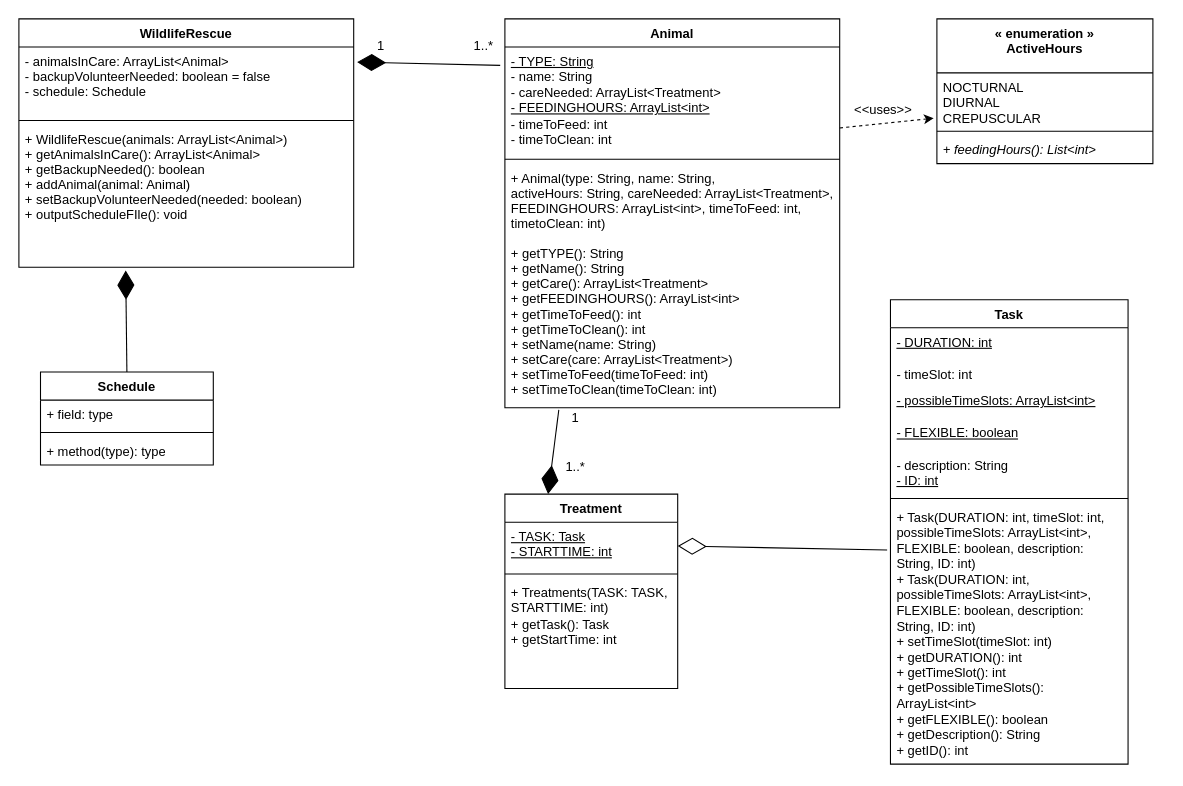
Above: 64.drawio in aryan-karadia/Mock-Schedule-Builder (draw.io), before the change. Source tidied: cells renumbered, new cells numbered last; positions are measured from the earlier drawing's top-left corner, leaving out a move shared by most shapes. Both pictures are drawn from the tidied source at 108%, with x=0, y=0 at pixel (18, 18).
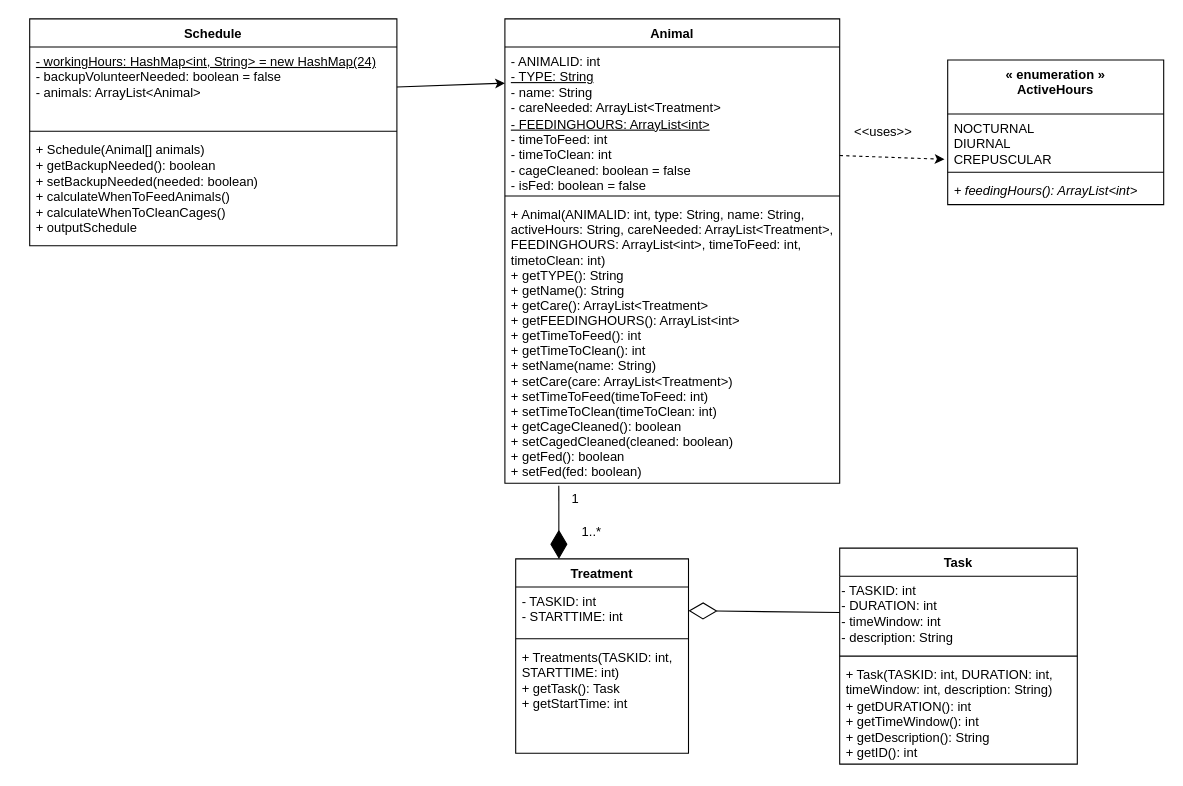
After the change.

Commit message:
Schedule created and WIldLIfeRescue deleted

What changed in the source:
```diff
@@
-    <mxCell id="2" value="WildlifeRescue" style="swimlane;fontStyle=1;align=center;verticalAlign=top;horizontal=1;startSize=26;" parent="1" vertex="1">
-      <mxGeometry width="310" height="230" as="geometry" />
-    </mxCell>
-    <mxCell id="3" value="- animalsInCare: ArrayList&lt;Animal&gt;&#10;- backupVolunteerNeeded: boolean = false&#10;- schedule: Schedule" style="text;strokeColor=none;fillColor=none;align=left;verticalAlign=top;spacingLeft=4;spacingRight=4;overflow=hidden;points=[[0,0.5],[1,0.5]];portConstraint=eastwest;" parent="2" vertex="1">
-      <mxGeometry y="26" width="310" height="64" as="geometry" />
-    </mxCell>
-    <mxCell id="4" style="line;strokeWidth=1;fillColor=none;align=left;verticalAlign=middle;spacingTop=-1;spacingLeft=3;spacingRight=3;labelPosition=right;strokeColor=inherit;" parent="2" vertex="1">
-      <mxGeometry y="90" width="310" height="8" as="geometry" />
-    </mxCell>
-    <mxCell id="5" value="+ WildlifeRescue(animals: ArrayList&lt;Animal&gt;)&#10;+ getAnimalsInCare(): ArrayList&lt;Animal&gt;&#10;+ getBackupNeeded(): boolean&#10;+ addAnimal(animal: Animal)&#10;+ setBackupVolunteerNeeded(needed: boolean)&#10;+ outputScheduleFIle(): void" style="text;strokeColor=none;fillColor=none;align=left;verticalAlign=top;spacingLeft=4;spacingRight=4;overflow=hidden;points=[[0,0.5],[1,0.5]];portConstraint=eastwest;" parent="2" vertex="1">
-      <mxGeometry y="98" width="310" height="132" as="geometry" />
-    </mxCell>
     <mxCell id="6" value="Animal" style="swimlane;fontStyle=1;align=center;verticalAlign=top;horizontal=1;startSize=26;" parent="1" vertex="1">
-      <mxGeometry x="450" width="310" height="360" as="geometry" />
+      <mxGeometry x="450" width="310" height="430" as="geometry" />
     </mxCell>
-    <mxCell id="7" value="&lt;span style=&quot;font-family: Helvetica; font-size: 12px; font-style: normal; font-variant-ligatures: normal; font-variant-caps: normal; font-weight: 400; letter-spacing: normal; orphans: 2; text-align: left; text-indent: 0px; text-transform: none; widows: 2; word-spacing: 0px; -webkit-text-stroke-width: 0px; text-decoration-thickness: initial; text-decoration-style: initial; text-decoration-color: initial; float: none; display: inline !important;&quot;&gt;&lt;u&gt;- TYPE: String&lt;br&gt;&lt;/u&gt;- name: String&lt;br&gt;- careNeeded: ArrayList&amp;lt;Treatment&amp;gt;&lt;br&gt;&lt;u&gt;- FEEDINGHOURS: ArrayList&amp;lt;int&amp;gt;&lt;/u&gt;&lt;br&gt;- timeToFeed: int&lt;br&gt;- timeToClean: int&amp;nbsp;&lt;/span&gt;" style="text;whiteSpace=wrap;html=1;labelBackgroundColor=none;fontColor=default;spacingLeft=4;spacingRight=4;fontStyle=0;" parent="6" vertex="1">
-      <mxGeometry y="26" width="310" height="100" as="geometry" />
+    <mxCell id="7" value="&lt;span style=&quot;font-family: Helvetica; font-size: 12px; font-style: normal; font-variant-ligatures: normal; font-variant-caps: normal; font-weight: 400; letter-spacing: normal; orphans: 2; text-align: left; text-indent: 0px; text-transform: none; widows: 2; word-spacing: 0px; -webkit-text-stroke-width: 0px; text-decoration-thickness: initial; text-decoration-style: initial; text-decoration-color: initial; float: none; display: inline !important;&quot;&gt;- ANIMALID: int&lt;br&gt;&lt;u&gt;- TYPE: String&lt;/u&gt;&lt;br&gt;- name: String&lt;br&gt;- careNeeded: ArrayList&amp;lt;Treatment&amp;gt;&lt;br&gt;&lt;u&gt;- FEEDINGHOURS: ArrayList&amp;lt;int&amp;gt;&lt;/u&gt;&lt;br&gt;- timeToFeed: int&lt;br&gt;- timeToClean: int&lt;br&gt;- cageCleaned: boolean = false&lt;br&gt;- isFed: boolean = false&lt;br&gt;&lt;/span&gt;" style="text;whiteSpace=wrap;html=1;labelBackgroundColor=none;fontColor=default;spacingLeft=4;spacingRight=4;fontStyle=0;" parent="6" vertex="1">
+      <mxGeometry y="26" width="310" height="134" as="geometry" />
     </mxCell>
     <mxCell id="8" style="line;strokeWidth=1;fillColor=none;align=left;verticalAlign=middle;spacingTop=-1;spacingLeft=3;spacingRight=3;labelPosition=right;strokeColor=inherit;" parent="6" vertex="1">
-      <mxGeometry y="126" width="310" height="8" as="geometry" />
+      <mxGeometry y="160" width="310" height="8" as="geometry" />
     </mxCell>
-    <mxCell id="9" value="+ Animal(type: String, name: String, &#10;activeHours: String, careNeeded: ArrayList&lt;Treatment&gt;, &#10;FEEDINGHOURS: ArrayList&lt;int&gt;, timeToFeed: int, &#10;timetoClean: int)&#10;&#10;+ getTYPE(): String&#10;+ getName(): String&#10;+ getCare(): ArrayList&lt;Treatment&gt;&#10;+ getFEEDINGHOURS(): ArrayList&lt;int&gt;&#10;+ getTimeToFeed(): int&#10;+ getTimeToClean(): int&#10;+ setName(name: String)&#10;+ setCare(care: ArrayList&lt;Treatment&gt;)&#10;+ setTimeToFeed(timeToFeed: int)&#10;+ setTimeToClean(timeToClean: int)&#10;&#10;" style="text;strokeColor=none;fillColor=none;align=left;verticalAlign=top;spacingLeft=4;spacingRight=4;overflow=hidden;points=[[0,0.5],[1,0.5]];portConstraint=eastwest;" parent="6" vertex="1">
-      <mxGeometry y="134" width="310" height="226" as="geometry" />
+    <mxCell id="9" value="+ Animal(ANIMALID: int, type: String, name: String, &#10;activeHours: String, careNeeded: ArrayList&lt;Treatment&gt;, &#10;FEEDINGHOURS: ArrayList&lt;int&gt;, timeToFeed: int, &#10;timetoClean: int)&#10;+ getTYPE(): String&#10;+ getName(): String&#10;+ getCare(): ArrayList&lt;Treatment&gt;&#10;+ getFEEDINGHOURS(): ArrayList&lt;int&gt;&#10;+ getTimeToFeed(): int&#10;+ getTimeToClean(): int&#10;+ setName(name: String)&#10;+ setCare(care: ArrayList&lt;Treatment&gt;)&#10;+ setTimeToFeed(timeToFeed: int)&#10;+ setTimeToClean(timeToClean: int)&#10;+ getCageCleaned(): boolean&#10;+ setCagedCleaned(cleaned: boolean)&#10;+ getFed(): boolean&#10;+ setFed(fed: boolean)&#10;&#10;" style="text;strokeColor=none;fillColor=none;align=left;verticalAlign=top;spacingLeft=4;spacingRight=4;overflow=hidden;points=[[0,0.5],[1,0.5]];portConstraint=eastwest;" parent="6" vertex="1">
+      <mxGeometry y="168" width="310" height="262" as="geometry" />
     </mxCell>
     <mxCell id="10" value="« enumeration »&lt;br style=&quot;border-color: var(--border-color); font-weight: 400;&quot;&gt;&lt;b style=&quot;border-color: var(--border-color);&quot;&gt;ActiveHours&lt;/b&gt;" style="swimlane;fontStyle=1;align=center;verticalAlign=top;horizontal=1;startSize=50;whiteSpace=wrap;html=1;" parent="1" vertex="1">
-      <mxGeometry x="850" width="200" height="134" as="geometry" />
+      <mxGeometry x="860" y="38" width="200" height="134" as="geometry" />
     </mxCell>
@@
-    <mxCell id="13" value="&lt;i&gt;+ feedingHours(): List&amp;lt;int&amp;gt;&lt;/i&gt;" style="text;strokeColor=none;fillColor=none;align=left;verticalAlign=top;spacingLeft=4;spacingRight=4;overflow=hidden;whiteSpace=wrap;html=1;" parent="10" vertex="1">
+    <mxCell id="13" value="&lt;i&gt;+ feedingHours(): ArrayList&amp;lt;int&amp;gt;&lt;/i&gt;" style="text;strokeColor=none;fillColor=none;align=left;verticalAlign=top;spacingLeft=4;spacingRight=4;overflow=hidden;whiteSpace=wrap;html=1;" parent="10" vertex="1">
       <mxGeometry y="108" width="200" height="26" as="geometry" />
     </mxCell>
-    <mxCell id="14" style="endArrow=diamondThin;endFill=1;endSize=24;html=1;rounded=0;entryX=1.01;entryY=0.219;entryDx=0;entryDy=0;entryPerimeter=0;exitX=-0.014;exitY=0.17;exitDx=0;exitDy=0;exitPerimeter=0;" parent="1" edge="1" source="7" target="3">
-      <mxGeometry relative="1" as="geometry" />
-    </mxCell>
     <mxCell id="15" value="Task" style="swimlane;fontStyle=1;align=center;verticalAlign=top;horizontal=1;startSize=26;whiteSpace=wrap;html=1;" parent="1" vertex="1">
-      <mxGeometry x="807" y="260" width="220" height="430" as="geometry" />
+      <mxGeometry x="760" y="490" width="220" height="200" as="geometry" />
     </mxCell>
-    <mxCell id="16" value="&lt;u&gt;- DURATION: int&lt;/u&gt;" style="text;html=1;strokeColor=none;fillColor=none;align=left;verticalAlign=top;whiteSpace=wrap;rounded=0;spacingLeft=4;spacingRight=4;" parent="15" vertex="1">
-      <mxGeometry y="26" width="220" height="30" as="geometry" />
-    </mxCell>
-    <mxCell id="17" value="- timeSlot: int" style="text;strokeColor=none;fillColor=none;align=left;verticalAlign=top;spacingLeft=4;spacingRight=4;overflow=hidden;whiteSpace=wrap;html=1;" parent="15" vertex="1">
-      <mxGeometry y="56" width="220" height="24" as="geometry" />
-    </mxCell>
-    <mxCell id="18" value="&lt;u&gt;- possibleTimeSlots: ArrayList&amp;lt;int&amp;gt;&lt;br&gt;&lt;br&gt;&lt;/u&gt;" style="text;html=1;strokeColor=none;fillColor=none;align=left;verticalAlign=top;whiteSpace=wrap;rounded=0;spacingLeft=4;spacingRight=4;" parent="15" vertex="1">
-      <mxGeometry y="80" width="220" height="30" as="geometry" />
-    </mxCell>
-    <mxCell id="19" value="&lt;u&gt;- FLEXIBLE: boolean&lt;/u&gt;" style="text;strokeColor=none;fillColor=none;align=left;verticalAlign=top;spacingLeft=4;spacingRight=4;overflow=hidden;whiteSpace=wrap;html=1;" parent="15" vertex="1">
-      <mxGeometry y="110" width="220" height="30" as="geometry" />
-    </mxCell>
-    <mxCell id="20" value="- description: String&lt;br&gt;&lt;u&gt;- ID: int&lt;/u&gt;" style="text;html=1;strokeColor=none;fillColor=none;align=left;verticalAlign=top;whiteSpace=wrap;rounded=0;spacingLeft=4;spacingRight=4;" parent="15" vertex="1">
-      <mxGeometry y="140" width="220" height="40" as="geometry" />
-    </mxCell>
+    <mxCell id="40" value="&lt;div style=&quot;&quot;&gt;&lt;span style=&quot;background-color: initial;&quot;&gt;- TASKID: int&lt;/span&gt;&lt;/div&gt;&lt;div style=&quot;&quot;&gt;&lt;span style=&quot;background-color: initial;&quot;&gt;- DURATION: int&lt;/span&gt;&lt;/div&gt;&lt;div style=&quot;&quot;&gt;&lt;span style=&quot;background-color: initial;&quot;&gt;- timeWindow: int&lt;/span&gt;&lt;/div&gt;&lt;div style=&quot;&quot;&gt;&lt;span style=&quot;background-color: initial;&quot;&gt;- description: String&lt;/span&gt;&lt;/div&gt;" style="text;html=1;align=left;verticalAlign=middle;points=[];strokeColor=none;fillColor=none;" parent="15" vertex="1">
+      <mxGeometry y="26" width="220" height="70" as="geometry" />
+    </mxCell>
     <mxCell id="21" style="line;strokeWidth=1;fillColor=none;align=left;verticalAlign=middle;spacingTop=-1;spacingLeft=3;spacingRight=3;labelPosition=right;strokeColor=inherit;" parent="15" vertex="1">
-      <mxGeometry y="180" width="220" height="8" as="geometry" />
+      <mxGeometry y="96" width="220" height="8" as="geometry" />
     </mxCell>
-    <mxCell id="22" value="+ Task(DURATION: int, timeSlot: int, possibleTimeSlots: ArrayList&amp;lt;int&amp;gt;, FLEXIBLE: boolean, description: String, ID: int)&lt;br&gt;+ Task(DURATION: int, possibleTimeSlots: ArrayList&amp;lt;int&amp;gt;, FLEXIBLE: boolean, description: String, ID: int)&lt;br&gt;+ setTimeSlot(timeSlot: int)&lt;br&gt;+ getDURATION(): int&lt;br&gt;+ getTimeSlot(): int&lt;br&gt;+ getPossibleTimeSlots(): ArrayList&amp;lt;int&amp;gt;&lt;br&gt;+ getFLEXIBLE(): boolean&lt;br&gt;+ getDescription(): String&lt;br&gt;+ getID(): int" style="text;strokeColor=none;fillColor=none;align=left;verticalAlign=top;spacingLeft=4;spacingRight=4;overflow=hidden;points=[[0,0.5],[1,0.5]];portConstraint=eastwest;whiteSpace=wrap;html=1;" parent="15" vertex="1">
-      <mxGeometry y="188" width="220" height="242" as="geometry" />
+    <mxCell id="22" value="+ Task(TASKID: int, DURATION: int, timeWindow: int, description: String)&lt;br&gt;+ getDURATION(): int&lt;br&gt;+ getTimeWindow(): int&lt;br&gt;+ getDescription(): String&lt;br&gt;+ getID(): int" style="text;strokeColor=none;fillColor=none;align=left;verticalAlign=top;spacingLeft=4;spacingRight=4;overflow=hidden;points=[[0,0.5],[1,0.5]];portConstraint=eastwest;whiteSpace=wrap;html=1;" parent="15" vertex="1">
+      <mxGeometry y="104" width="220" height="96" as="geometry" />
     </mxCell>
-    <mxCell id="23" value="1" style="text;html=1;align=center;verticalAlign=middle;strokeColor=none;fillColor=none;" parent="1" vertex="1">
-      <mxGeometry x="320" y="10" width="30" height="30" as="geometry" />
-    </mxCell>
-    <mxCell id="24" value="1..*" style="text;html=1;align=center;verticalAlign=middle;strokeColor=none;fillColor=none;" parent="1" vertex="1">
-      <mxGeometry x="410" y="10" width="40" height="30" as="geometry" />
-    </mxCell>
@@
     <mxCell id="26" value="&amp;lt;&amp;lt;uses&amp;gt;&amp;gt;" style="text;html=1;align=center;verticalAlign=middle;strokeColor=none;fillColor=none;" parent="1" vertex="1">
-      <mxGeometry x="760" y="70" width="80" height="30" as="geometry" />
+      <mxGeometry x="760" y="90" width="80" height="30" as="geometry" />
     </mxCell>
     <mxCell id="27" value="Treatment" style="swimlane;fontStyle=1;align=center;verticalAlign=top;horizontal=1;startSize=26;whiteSpace=wrap;html=1;" parent="1" vertex="1">
-      <mxGeometry x="450" y="440" width="160" height="180" as="geometry" />
+      <mxGeometry x="460" y="500" width="160" height="180" as="geometry" />
     </mxCell>
-    <mxCell id="28" value="&lt;u&gt;- TASK: Task&lt;br&gt;- STARTTIME: int&lt;/u&gt;" style="text;strokeColor=none;fillColor=none;align=left;verticalAlign=top;spacingLeft=4;spacingRight=4;overflow=hidden;points=[[0,0.5],[1,0.5]];portConstraint=eastwest;whiteSpace=wrap;html=1;" parent="27" vertex="1">
+    <mxCell id="28" value="- TASKID: int&lt;br&gt;- STARTTIME: int" style="text;strokeColor=none;fillColor=none;align=left;verticalAlign=top;spacingLeft=4;spacingRight=4;overflow=hidden;points=[[0,0.5],[1,0.5]];portConstraint=eastwest;whiteSpace=wrap;html=1;" parent="27" vertex="1">
       <mxGeometry y="26" width="160" height="44" as="geometry" />
     </mxCell>
@@
-    <mxCell id="30" value="+ Treatments(TASK: TASK, STARTTIME: int)&lt;br&gt;+ getTask(): Task&lt;br&gt;+ getStartTime: int" style="text;strokeColor=none;fillColor=none;align=left;verticalAlign=top;spacingLeft=4;spacingRight=4;overflow=hidden;whiteSpace=wrap;html=1;" parent="27" vertex="1">
+    <mxCell id="30" value="+ Treatments(TASKID: int, STARTTIME: int)&lt;br&gt;+ getTask(): Task&lt;br&gt;+ getStartTime: int" style="text;strokeColor=none;fillColor=none;align=left;verticalAlign=top;spacingLeft=4;spacingRight=4;overflow=hidden;whiteSpace=wrap;html=1;" parent="27" vertex="1">
       <mxGeometry y="78" width="160" height="102" as="geometry" />
     </mxCell>
@@
     <mxCell id="32" value="1" style="text;html=1;align=center;verticalAlign=middle;strokeColor=none;fillColor=none;" parent="1" vertex="1">
-      <mxGeometry x="500" y="355" width="30" height="30" as="geometry" />
+      <mxGeometry x="500" y="430" width="30" height="30" as="geometry" />
     </mxCell>
     <mxCell id="33" value="1..*" style="text;html=1;align=center;verticalAlign=middle;strokeColor=none;fillColor=none;" parent="1" vertex="1">
-      <mxGeometry x="495" y="400" width="40" height="30" as="geometry" />
+      <mxGeometry x="510" y="460" width="40" height="30" as="geometry" />
     </mxCell>
-    <mxCell id="34" style="endArrow=diamondThin;endFill=0;endSize=24;html=1;rounded=0;entryX=1;entryY=0.5;entryDx=0;entryDy=0;exitX=-0.014;exitY=0.181;exitDx=0;exitDy=0;exitPerimeter=0;" parent="1" edge="1" source="22" target="28">
+    <mxCell id="34" style="endArrow=diamondThin;endFill=0;endSize=24;html=1;rounded=0;entryX=1;entryY=0.5;entryDx=0;entryDy=0;" parent="1" edge="1" source="40" target="28">
       <mxGeometry relative="1" as="geometry" />
     </mxCell>
     <mxCell id="35" value="Schedule" style="swimlane;fontStyle=1;align=center;verticalAlign=top;horizontal=1;startSize=26;whiteSpace=wrap;html=1;" parent="1" vertex="1">
-      <mxGeometry x="20" y="327" width="160" height="86" as="geometry" />
+      <mxGeometry x="10" width="340" height="210" as="geometry" />
     </mxCell>
-    <mxCell id="36" value="+ field: type" style="text;strokeColor=none;fillColor=none;align=left;verticalAlign=top;spacingLeft=4;spacingRight=4;overflow=hidden;points=[[0,0.5],[1,0.5]];portConstraint=eastwest;whiteSpace=wrap;html=1;" parent="35" vertex="1">
-      <mxGeometry y="26" width="160" height="26" as="geometry" />
+    <mxCell id="36" value="&lt;u&gt;- workingHours: HashMap&amp;lt;int, String&amp;gt; = new HashMap(24)&lt;br&gt;&lt;/u&gt;- backupVolunteerNeeded: boolean = false&lt;br&gt;- animals: ArrayList&amp;lt;Animal&amp;gt;&amp;nbsp;" style="text;strokeColor=none;fillColor=none;align=left;verticalAlign=top;spacingLeft=4;spacingRight=4;overflow=hidden;points=[[0,0.5],[1,0.5]];portConstraint=eastwest;whiteSpace=wrap;html=1;" parent="35" vertex="1">
+      <mxGeometry y="26" width="340" height="74" as="geometry" />
     </mxCell>
     <mxCell id="37" style="line;strokeWidth=1;fillColor=none;align=left;verticalAlign=middle;spacingTop=-1;spacingLeft=3;spacingRight=3;labelPosition=right;strokeColor=inherit;" parent="35" vertex="1">
-      <mxGeometry y="52" width="160" height="8" as="geometry" />
+      <mxGeometry y="100" width="340" height="8" as="geometry" />
     </mxCell>
-    <mxCell id="38" value="+ method(type): type" style="text;strokeColor=none;fillColor=none;align=left;verticalAlign=top;spacingLeft=4;spacingRight=4;overflow=hidden;whiteSpace=wrap;html=1;" parent="35" vertex="1">
-      <mxGeometry y="60" width="160" height="26" as="geometry" />
+    <mxCell id="38" value="+ Schedule(Animal[] animals)&lt;br&gt;+ getBackupNeeded(): boolean&lt;br&gt;+ setBackupNeeded(needed: boolean)&lt;br&gt;+ calculateWhenToFeedAnimals()&lt;br&gt;+ calculateWhenToCleanCages()&lt;br&gt;+ outputSchedule" style="text;strokeColor=none;fillColor=none;align=left;verticalAlign=top;spacingLeft=4;spacingRight=4;overflow=hidden;whiteSpace=wrap;html=1;" parent="35" vertex="1">
+      <mxGeometry y="108" width="340" height="102" as="geometry" />
     </mxCell>
-    <mxCell id="39" style="endArrow=diamondThin;endFill=1;endSize=24;html=1;rounded=0;exitX=0.5;exitY=0;exitDx=0;exitDy=0;entryX=0.319;entryY=1.023;entryDx=0;entryDy=0;entryPerimeter=0;" parent="1" edge="1" source="35" target="5">
-      <mxGeometry relative="1" as="geometry" />
-    </mxCell>
+    <mxCell id="41" style="endArrow=classic;html=1;rounded=0;exitX=1;exitY=0.5;exitDx=0;exitDy=0;entryX=0;entryY=0.25;entryDx=0;entryDy=0;" parent="1" edge="1" source="36" target="7">
+      <mxGeometry relative="1" as="geometry" />
+    </mxCell>
```
